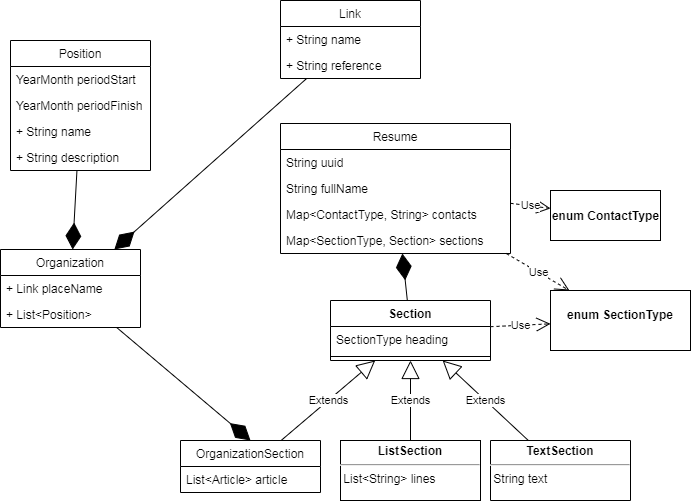
Above: basejava.png in ticherti/basejava (draw.io), before the change. Source tidied: cells renumbered, new cells last; positions are measured from the earlier drawing's top-left corner, leaving out a move shared by most shapes.
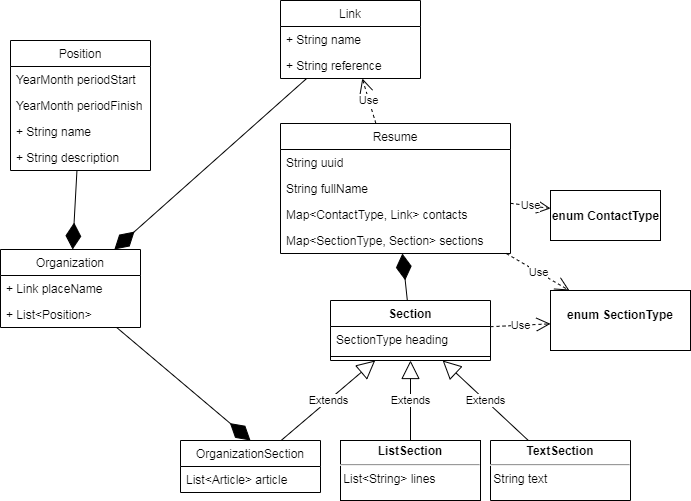
The same file after the commit.

The edit, as a diff of the source:
```diff
@@ -11,7 +11,7 @@
     <mxCell id="4" value="String fullName" style="text;strokeColor=none;fillColor=none;align=left;verticalAlign=top;spacingLeft=4;spacingRight=4;overflow=hidden;" parent="2" vertex="1">
       <mxGeometry y="52" width="230" height="26" as="geometry" />
     </mxCell>
-    <mxCell id="5" value="Map&lt;ContactType, String&gt; contacts " style="text;strokeColor=none;fillColor=none;align=left;verticalAlign=top;spacingLeft=4;spacingRight=4;overflow=hidden;" parent="2" vertex="1">
+    <mxCell id="5" value="Map&lt;ContactType, Link&gt; contacts " style="text;strokeColor=none;fillColor=none;align=left;verticalAlign=top;spacingLeft=4;spacingRight=4;overflow=hidden;" parent="2" vertex="1">
       <mxGeometry y="78" width="230" height="26" as="geometry" />
     </mxCell>
     <mxCell id="6" value="Map&lt;SectionType, Section&gt; sections" style="text;strokeColor=none;fillColor=none;align=left;verticalAlign=top;spacingLeft=4;spacingRight=4;overflow=hidden;" parent="2" vertex="1">
@@ -107,5 +107,8 @@
     <mxCell id="36" value="Use" style="endArrow=open;endSize=12;dashed=1;html=1;" parent="1" edge="1" source="2" target="35">
       <mxGeometry relative="1" as="geometry" />
     </mxCell>
+    <mxCell id="37" value="Use" style="endArrow=open;endSize=12;dashed=1;html=1;" parent="1" edge="1" source="2" target="13">
+      <mxGeometry relative="1" as="geometry" />
+    </mxCell>
   </root>
 </mxGraphModel>
```
